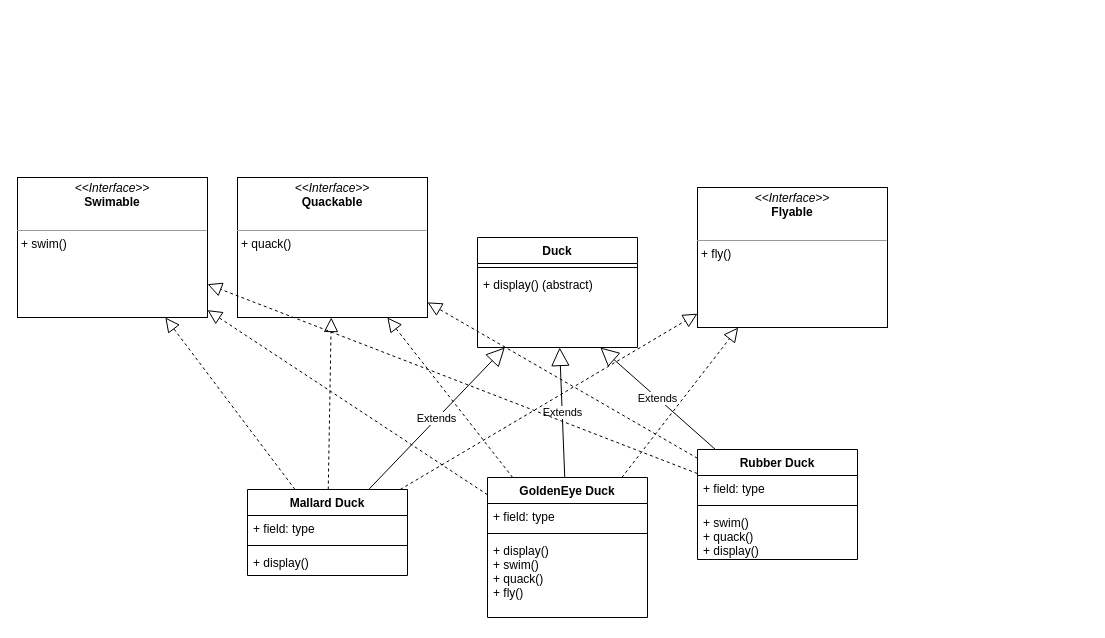
Above: bird.drawio in argonaultes-epsi-auxerre/architecture-applicative-i1-2025 (draw.io), before the change. Source tidied: cells renumbered, new cells numbered last; positions are measured from the earlier drawing's top-left corner, leaving out a move shared by most shapes. Both pictures are drawn from the tidied source at 100%, with x=0, y=0 at pixel (17, 177).
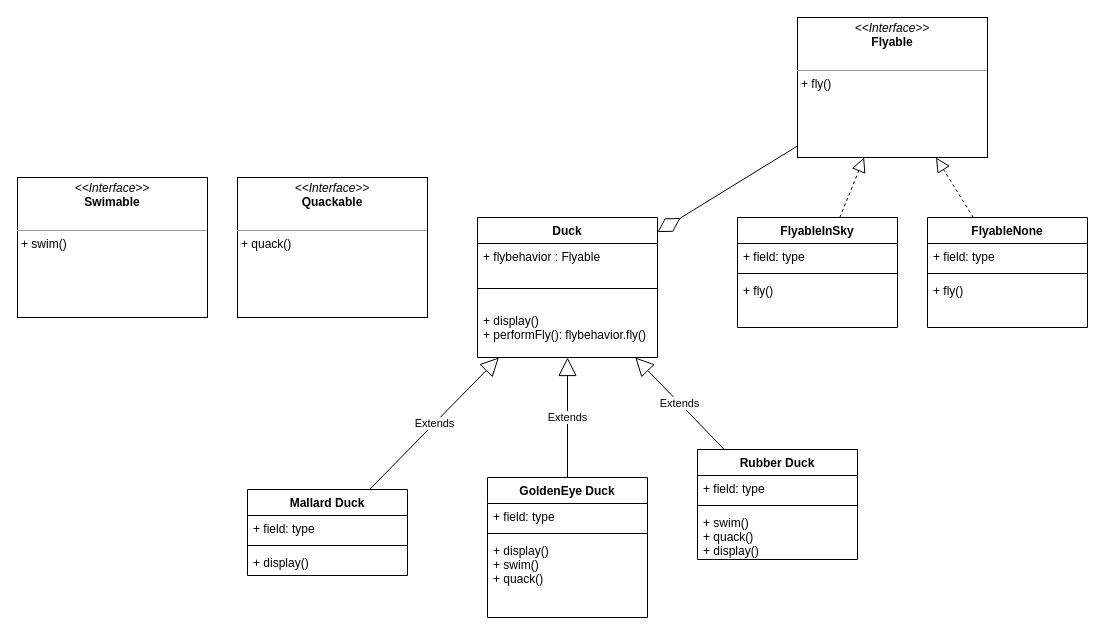
The same diagram, later.

Commit message (it also covers changes not shown here):
duck sim flyable fixed

Unchanged cells that the change refers to:
```xml
<mxCell id="7" value="Mallard Duck" style="swimlane;fontStyle=1;align=center;verticalAlign=top;horizontal=1;startSize=26;" parent="1" vertex="1">
  <mxGeometry x="230" y="312" width="160" height="86" as="geometry" />
</mxCell>
<mxCell id="11" value="GoldenEye Duck" style="swimlane;fontStyle=1;align=center;verticalAlign=top;horizontal=1;startSize=26;" parent="1" vertex="1">
  <mxGeometry x="470" y="300" width="160" height="140" as="geometry" />
</mxCell>
<mxCell id="15" value="Rubber Duck" style="swimlane;fontStyle=1;align=center;verticalAlign=top;horizontal=1;startSize=26;" parent="1" vertex="1">
  <mxGeometry x="680" y="272" width="160" height="110" as="geometry" />
</mxCell>
<mxCell id="21" value="&lt;p style=&quot;margin:0px;margin-top:4px;text-align:center;&quot;&gt;&lt;i&gt;&amp;lt;&amp;lt;Interface&amp;gt;&amp;gt;&lt;/i&gt;&lt;br&gt;&lt;b&gt;Quackable&lt;/b&gt;&lt;/p&gt;&lt;p style=&quot;margin:0px;margin-left:4px;&quot;&gt;&lt;br&gt;&lt;/p&gt;&lt;hr size=&quot;1&quot;&gt;&lt;p style=&quot;margin:0px;margin-left:4px;&quot;&gt;+ quack()&lt;/p&gt;" style="verticalAlign=top;align=left;overflow=fill;fontSize=12;fontFamily=Helvetica;html=1;" parent="1" vertex="1">
  <mxGeometry x="220" width="190" height="140" as="geometry" />
</mxCell>
<mxCell id="22" value="&lt;p style=&quot;margin:0px;margin-top:4px;text-align:center;&quot;&gt;&lt;i&gt;&amp;lt;&amp;lt;Interface&amp;gt;&amp;gt;&lt;/i&gt;&lt;br&gt;&lt;b&gt;Swimable&lt;/b&gt;&lt;/p&gt;&lt;p style=&quot;margin:0px;margin-left:4px;&quot;&gt;&lt;br&gt;&lt;/p&gt;&lt;hr size=&quot;1&quot;&gt;&lt;p style=&quot;margin:0px;margin-left:4px;&quot;&gt;+ swim()&lt;/p&gt;" style="verticalAlign=top;align=left;overflow=fill;fontSize=12;fontFamily=Helvetica;html=1;" parent="1" vertex="1">
  <mxGeometry width="190" height="140" as="geometry" />
</mxCell>
```

What changed in the source:
```diff
@@
-    <mxCell id="2" value="Duck" style="swimlane;fontStyle=1;align=center;verticalAlign=top;horizontal=1;startSize=26;" parent="1" vertex="1">
-      <mxGeometry x="460" y="60" width="160" height="110" as="geometry" />
-    </mxCell>
-    <mxCell id="3" style="line;strokeWidth=1;fillColor=none;align=left;verticalAlign=middle;spacingTop=-1;spacingLeft=3;spacingRight=3;labelPosition=right;strokeColor=inherit;" parent="2" vertex="1">
-      <mxGeometry y="26" width="160" height="8" as="geometry" />
-    </mxCell>
-    <mxCell id="4" value="+ display() (abstract)&#10;" style="text;strokeColor=none;fillColor=none;align=left;verticalAlign=top;spacingLeft=4;spacingRight=4;overflow=hidden;points=[[0,0.5],[1,0.5]];portConstraint=eastwest;" parent="2" vertex="1">
-      <mxGeometry y="34" width="160" height="76" as="geometry" />
-    </mxCell>
@@
-    <mxCell id="14" value="+ display()&#10;+ swim()&#10;+ quack()&#10;+ fly()" style="text;strokeColor=none;fillColor=none;align=left;verticalAlign=top;spacingLeft=4;spacingRight=4;overflow=hidden;" parent="11" vertex="1">
+    <mxCell id="14" value="+ display()&#10;+ swim()&#10;+ quack()&#10;" style="text;strokeColor=none;fillColor=none;align=left;verticalAlign=top;spacingLeft=4;spacingRight=4;overflow=hidden;" parent="11" vertex="1">
       <mxGeometry y="60" width="160" height="80" as="geometry" />
     </mxCell>
@@
-    <mxCell id="19" value="Extends" style="endArrow=block;endSize=16;endFill=0;html=1;" parent="1" edge="1" source="15" target="4">
+    <mxCell id="19" value="Extends" style="endArrow=block;endSize=16;endFill=0;html=1;" parent="1" edge="1" source="15" target="2">
       <mxGeometry relative="1" as="geometry" />
     </mxCell>
     <mxCell id="20" value="&lt;p style=&quot;margin:0px;margin-top:4px;text-align:center;&quot;&gt;&lt;i&gt;&amp;lt;&amp;lt;Interface&amp;gt;&amp;gt;&lt;/i&gt;&lt;br&gt;&lt;b&gt;Flyable&lt;/b&gt;&lt;/p&gt;&lt;p style=&quot;margin:0px;margin-left:4px;&quot;&gt;&lt;br&gt;&lt;/p&gt;&lt;hr size=&quot;1&quot;&gt;&lt;p style=&quot;margin:0px;margin-left:4px;&quot;&gt;+ fly()&lt;/p&gt;" style="verticalAlign=top;align=left;overflow=fill;fontSize=12;fontFamily=Helvetica;html=1;" parent="1" vertex="1">
-      <mxGeometry x="680" y="10" width="190" height="140" as="geometry" />
+      <mxGeometry x="780" y="-160" width="190" height="140" as="geometry" />
     </mxCell>
@@
-    <mxCell id="23" style="endArrow=block;dashed=1;endFill=0;endSize=12;html=1;" parent="1" edge="1" source="15" target="21">
-      <mxGeometry relative="1" as="geometry" />
-    </mxCell>
-    <mxCell id="24" style="endArrow=block;dashed=1;endFill=0;endSize=12;html=1;" parent="1" edge="1" source="15" target="22">
-      <mxGeometry relative="1" as="geometry" />
-    </mxCell>
-    <mxCell id="25" style="endArrow=block;dashed=1;endFill=0;endSize=12;html=1;" parent="1" edge="1" source="11" target="21">
-      <mxGeometry relative="1" as="geometry" />
-    </mxCell>
-    <mxCell id="26" style="endArrow=block;dashed=1;endFill=0;endSize=12;html=1;" parent="1" edge="1" source="11" target="22">
-      <mxGeometry relative="1" as="geometry" />
-    </mxCell>
-    <mxCell id="27" style="endArrow=block;dashed=1;endFill=0;endSize=12;html=1;" parent="1" edge="1" source="7" target="20">
-      <mxGeometry relative="1" as="geometry" />
-    </mxCell>
-    <mxCell id="28" style="endArrow=block;dashed=1;endFill=0;endSize=12;html=1;" parent="1" edge="1" source="7" target="21">
-      <mxGeometry relative="1" as="geometry" />
-    </mxCell>
-    <mxCell id="29" style="endArrow=block;dashed=1;endFill=0;endSize=12;html=1;" parent="1" edge="1" source="7" target="22">
-      <mxGeometry relative="1" as="geometry" />
-    </mxCell>
-    <mxCell id="30" style="endArrow=block;dashed=1;endFill=0;endSize=12;html=1;" parent="1" edge="1" source="11" target="20">
-      <mxGeometry relative="1" as="geometry" />
+    <mxCell id="30" value="FlyableInSky" style="swimlane;fontStyle=1;align=center;verticalAlign=top;horizontal=1;startSize=26;" parent="1" vertex="1">
+      <mxGeometry x="720" y="40" width="160" height="110" as="geometry" />
     </mxCell>
+    <mxCell id="31" value="+ field: type" style="text;strokeColor=none;fillColor=none;align=left;verticalAlign=top;spacingLeft=4;spacingRight=4;overflow=hidden;" parent="30" vertex="1">
+      <mxGeometry y="26" width="160" height="26" as="geometry" />
+    </mxCell>
+    <mxCell id="32" style="line;strokeWidth=1;fillColor=none;align=left;verticalAlign=middle;spacingTop=-1;spacingLeft=3;spacingRight=3;labelPosition=right;strokeColor=inherit;" parent="30" vertex="1">
+      <mxGeometry y="52" width="160" height="8" as="geometry" />
+    </mxCell>
+    <mxCell id="33" value="+ fly()" style="text;strokeColor=none;fillColor=none;align=left;verticalAlign=top;spacingLeft=4;spacingRight=4;overflow=hidden;" parent="30" vertex="1">
+      <mxGeometry y="60" width="160" height="50" as="geometry" />
+    </mxCell>
+    <mxCell id="34" value="FlyableNone" style="swimlane;fontStyle=1;align=center;verticalAlign=top;horizontal=1;startSize=26;" parent="1" vertex="1">
+      <mxGeometry x="910" y="40" width="160" height="110" as="geometry" />
+    </mxCell>
+    <mxCell id="35" value="+ field: type" style="text;strokeColor=none;fillColor=none;align=left;verticalAlign=top;spacingLeft=4;spacingRight=4;overflow=hidden;" parent="34" vertex="1">
+      <mxGeometry y="26" width="160" height="26" as="geometry" />
+    </mxCell>
+    <mxCell id="36" style="line;strokeWidth=1;fillColor=none;align=left;verticalAlign=middle;spacingTop=-1;spacingLeft=3;spacingRight=3;labelPosition=right;strokeColor=inherit;" parent="34" vertex="1">
+      <mxGeometry y="52" width="160" height="8" as="geometry" />
+    </mxCell>
+    <mxCell id="37" value="+ fly()" style="text;strokeColor=none;fillColor=none;align=left;verticalAlign=top;spacingLeft=4;spacingRight=4;overflow=hidden;" parent="34" vertex="1">
+      <mxGeometry y="60" width="160" height="50" as="geometry" />
+    </mxCell>
+    <mxCell id="38" style="endArrow=block;dashed=1;endFill=0;endSize=12;html=1;" parent="1" edge="1" source="30" target="20">
+      <mxGeometry relative="1" as="geometry" />
+    </mxCell>
+    <mxCell id="39" style="endArrow=block;dashed=1;endFill=0;endSize=12;html=1;" parent="1" edge="1" source="34" target="20">
+      <mxGeometry relative="1" as="geometry" />
+    </mxCell>
+    <mxCell id="2" value="Duck" style="swimlane;fontStyle=1;align=center;verticalAlign=top;horizontal=1;startSize=26;" parent="1" vertex="1">
+      <mxGeometry x="460" y="40" width="180" height="140" as="geometry" />
+    </mxCell>
+    <mxCell id="40" value="+ flybehavior : Flyable" style="text;strokeColor=none;fillColor=none;align=left;verticalAlign=top;spacingLeft=4;spacingRight=4;overflow=hidden;" parent="2" vertex="1">
+      <mxGeometry y="26" width="180" height="26" as="geometry" />
+    </mxCell>
+    <mxCell id="41" style="line;strokeWidth=1;fillColor=none;align=left;verticalAlign=middle;spacingTop=-1;spacingLeft=3;spacingRight=3;labelPosition=right;strokeColor=inherit;" parent="2" vertex="1">
+      <mxGeometry y="52" width="180" height="38" as="geometry" />
+    </mxCell>
+    <mxCell id="42" value="+ display()&#10;+ performFly(): flybehavior.fly()" style="text;strokeColor=none;fillColor=none;align=left;verticalAlign=top;spacingLeft=4;spacingRight=4;overflow=hidden;" parent="2" vertex="1">
+      <mxGeometry y="90" width="180" height="50" as="geometry" />
+    </mxCell>
+    <mxCell id="43" style="endArrow=diamondThin;endFill=0;endSize=24;html=1;" parent="1" edge="1" source="20" target="2">
+      <mxGeometry relative="1" as="geometry" />
+    </mxCell>
```
